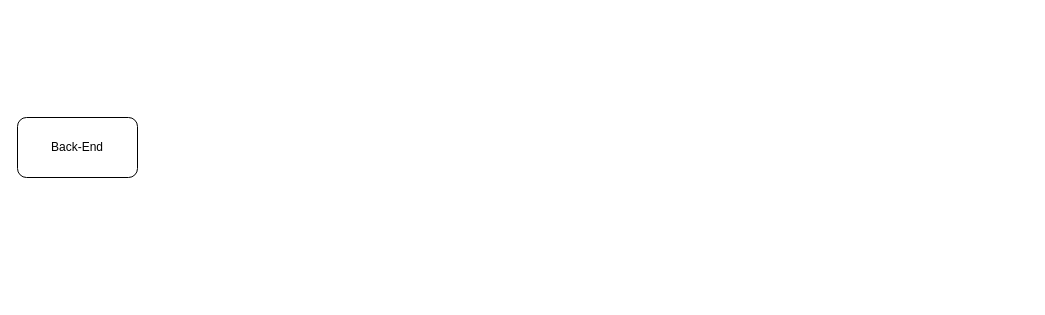
Above: app_work_flow.drawio in Henri280100/chatte-client (draw.io), before the change. Source tidied: cells renumbered, new cells numbered last; positions are measured from the earlier drawing's top-left corner, leaving out a move shared by most shapes. Both pictures are drawn from the tidied source at 100%, with x=0, y=0 at pixel (17, 117).
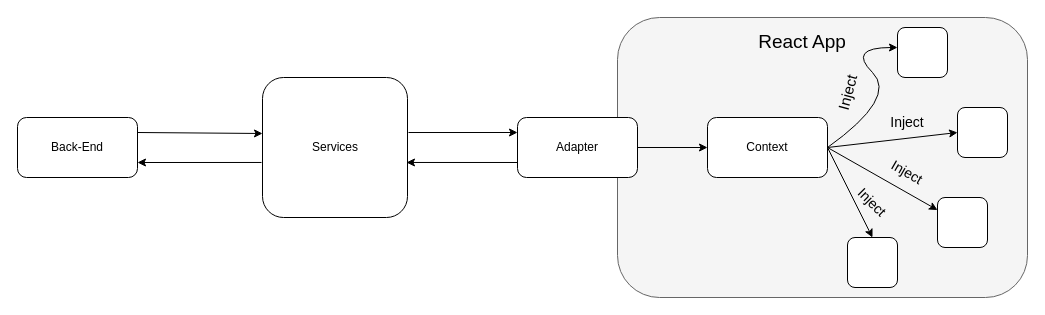
The same page after the edit.

Unchanged cells that the change refers to:
```xml
<mxCell id="2" style="rounded=1;whiteSpace=wrap;html=1;" parent="1" vertex="1">
  <mxGeometry width="120" height="60" as="geometry" />
</mxCell>
```

Diff of the diagram source:
```diff
@@
+    <mxCell id="4" style="rounded=1;whiteSpace=wrap;html=1;labelBackgroundColor=none;fillColor=#f5f5f5;fontColor=#333333;strokeColor=#666666;" parent="1" vertex="1">
+      <mxGeometry x="600" y="-100" width="410" height="280" as="geometry" />
+    </mxCell>
@@
+    <mxCell id="5" style="endArrow=classic;html=1;rounded=0;exitX=1;exitY=0.25;exitDx=0;exitDy=0;entryX=0;entryY=0.4;entryDx=0;entryDy=0;entryPerimeter=0;" parent="1" edge="1" source="2" target="7">
+      <mxGeometry relative="1" as="geometry" />
+    </mxCell>
+    <mxCell id="6" style="endArrow=classic;html=1;rounded=0;entryX=1;entryY=0.75;entryDx=0;entryDy=0;exitX=-0.007;exitY=0.607;exitDx=0;exitDy=0;exitPerimeter=0;" parent="1" edge="1" source="7" target="2">
+      <mxGeometry relative="1" as="geometry" />
+    </mxCell>
+    <mxCell id="7" style="rounded=1;whiteSpace=wrap;html=1;" parent="1" vertex="1">
+      <mxGeometry x="245" y="-40" width="145" height="140" as="geometry" />
+    </mxCell>
+    <mxCell id="8" value="Services" style="text;html=1;align=center;verticalAlign=middle;whiteSpace=wrap;rounded=0;" parent="1" vertex="1">
+      <mxGeometry x="287.5" y="15" width="60" height="30" as="geometry" />
+    </mxCell>
+    <mxCell id="9" style="rounded=1;whiteSpace=wrap;html=1;" parent="1" vertex="1">
+      <mxGeometry x="500" width="120" height="60" as="geometry" />
+    </mxCell>
+    <mxCell id="10" value="Adapter" style="text;html=1;align=center;verticalAlign=middle;whiteSpace=wrap;rounded=0;" parent="1" vertex="1">
+      <mxGeometry x="530" y="15" width="60" height="30" as="geometry" />
+    </mxCell>
+    <mxCell id="11" style="endArrow=classic;html=1;rounded=0;entryX=0;entryY=0.25;entryDx=0;entryDy=0;exitX=1.007;exitY=0.393;exitDx=0;exitDy=0;exitPerimeter=0;" parent="1" edge="1" source="7" target="9">
+      <mxGeometry relative="1" as="geometry" />
+    </mxCell>
+    <mxCell id="12" style="endArrow=classic;html=1;rounded=0;exitX=0;exitY=0.75;exitDx=0;exitDy=0;entryX=0.993;entryY=0.607;entryDx=0;entryDy=0;entryPerimeter=0;" parent="1" edge="1" source="9" target="7">
+      <mxGeometry relative="1" as="geometry" />
+    </mxCell>
+    <mxCell id="13" style="rounded=1;whiteSpace=wrap;html=1;" parent="1" vertex="1">
+      <mxGeometry x="690" width="120" height="60" as="geometry" />
+    </mxCell>
+    <mxCell id="14" style="endArrow=classic;html=1;rounded=0;exitX=1;exitY=0.5;exitDx=0;exitDy=0;entryX=0;entryY=0.5;entryDx=0;entryDy=0;" parent="1" edge="1" source="9" target="13">
+      <mxGeometry relative="1" as="geometry" />
+    </mxCell>
+    <mxCell id="15" value="Context" style="text;html=1;align=center;verticalAlign=middle;whiteSpace=wrap;rounded=0;" parent="1" vertex="1">
+      <mxGeometry x="720" y="15" width="60" height="30" as="geometry" />
+    </mxCell>
+    <mxCell id="16" style="rounded=1;whiteSpace=wrap;html=1;" parent="1" vertex="1">
+      <mxGeometry x="880" y="-90" width="50" height="50" as="geometry" />
+    </mxCell>
+    <mxCell id="17" style="rounded=1;whiteSpace=wrap;html=1;" parent="1" vertex="1">
+      <mxGeometry x="940" y="-10" width="50" height="50" as="geometry" />
+    </mxCell>
+    <mxCell id="18" value="&lt;font style=&quot;font-size: 19px;&quot;&gt;React App&lt;br&gt;&lt;/font&gt;" style="text;html=1;align=center;verticalAlign=middle;whiteSpace=wrap;rounded=0;" parent="1" vertex="1">
+      <mxGeometry x="730" y="-90" width="110" height="30" as="geometry" />
+    </mxCell>
+    <mxCell id="19" style="rounded=1;whiteSpace=wrap;html=1;" parent="1" vertex="1">
+      <mxGeometry x="830" y="120" width="50" height="50" as="geometry" />
+    </mxCell>
+    <mxCell id="20" style="rounded=1;whiteSpace=wrap;html=1;" parent="1" vertex="1">
+      <mxGeometry x="920" y="80" width="50" height="50" as="geometry" />
+    </mxCell>
+    <mxCell id="21" style="curved=1;endArrow=classic;html=1;rounded=0;" parent="1" edge="1">
+      <mxGeometry relative="1" as="geometry">
+        <mxPoint x="810" y="30" as="sourcePoint" />
+        <mxPoint x="880" y="-70" as="targetPoint" />
+        <Array as="points">
+          <mxPoint x="880" y="-20" />
+          <mxPoint x="830" y="-70" />
+        </Array>
+      </mxGeometry>
+    </mxCell>
+    <mxCell id="22" style="endArrow=classic;html=1;rounded=0;entryX=0;entryY=0.5;entryDx=0;entryDy=0;exitX=1;exitY=0.5;exitDx=0;exitDy=0;" parent="1" edge="1" source="13" target="17">
+      <mxGeometry relative="1" as="geometry" />
+    </mxCell>
+    <mxCell id="23" style="endArrow=classic;html=1;rounded=0;entryX=0;entryY=0.25;entryDx=0;entryDy=0;exitX=1;exitY=0.5;exitDx=0;exitDy=0;" parent="1" edge="1" source="13" target="20">
+      <mxGeometry relative="1" as="geometry" />
+    </mxCell>
+    <mxCell id="24" style="endArrow=classic;html=1;rounded=0;entryX=0.5;entryY=0;entryDx=0;entryDy=0;exitX=1;exitY=0.5;exitDx=0;exitDy=0;" parent="1" edge="1" source="13" target="19">
+      <mxGeometry relative="1" as="geometry" />
+    </mxCell>
+    <mxCell id="25" value="Inject" style="text;html=1;align=center;verticalAlign=middle;whiteSpace=wrap;rounded=0;fontSize=14;rotation=45;" parent="1" vertex="1">
+      <mxGeometry x="825" y="70" width="60" height="30" as="geometry" />
+    </mxCell>
+    <mxCell id="26" value="Inject" style="text;html=1;align=center;verticalAlign=middle;whiteSpace=wrap;rounded=0;fontSize=14;rotation=30;" parent="1" vertex="1">
+      <mxGeometry x="860" y="40" width="60" height="30" as="geometry" />
+    </mxCell>
+    <mxCell id="27" value="Inject" style="text;html=1;align=center;verticalAlign=middle;whiteSpace=wrap;rounded=0;fontSize=14;rotation=0;" parent="1" vertex="1">
+      <mxGeometry x="860" y="-10" width="60" height="30" as="geometry" />
+    </mxCell>
+    <mxCell id="28" value="Inject" style="text;html=1;align=center;verticalAlign=middle;whiteSpace=wrap;rounded=0;rotation=-75;fontSize=15;" parent="1" vertex="1">
+      <mxGeometry x="800" y="-40" width="60" height="30" as="geometry" />
+    </mxCell>
```
